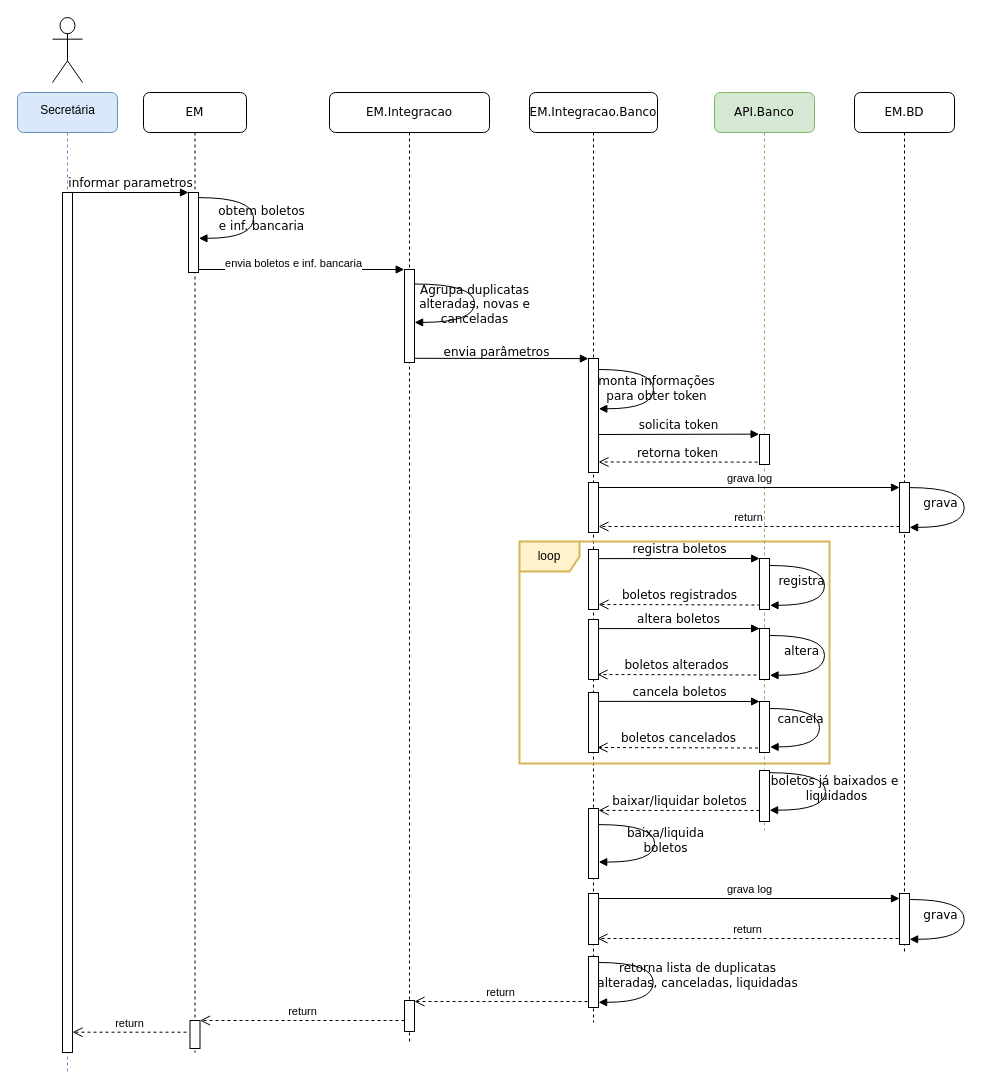
This is Diagrama sem nome.drawio from Joao-Daniel-EM/Joao-Daniel-EM, a draw.io file, before an edit. Source tidied: cells renumbered, new cells numbered last; positions are measured from the earlier drawing's top-left corner, leaving out a move shared by most shapes. Both pictures are drawn from the tidied source at 100%, with x=0, y=0 at pixel (17, 17).
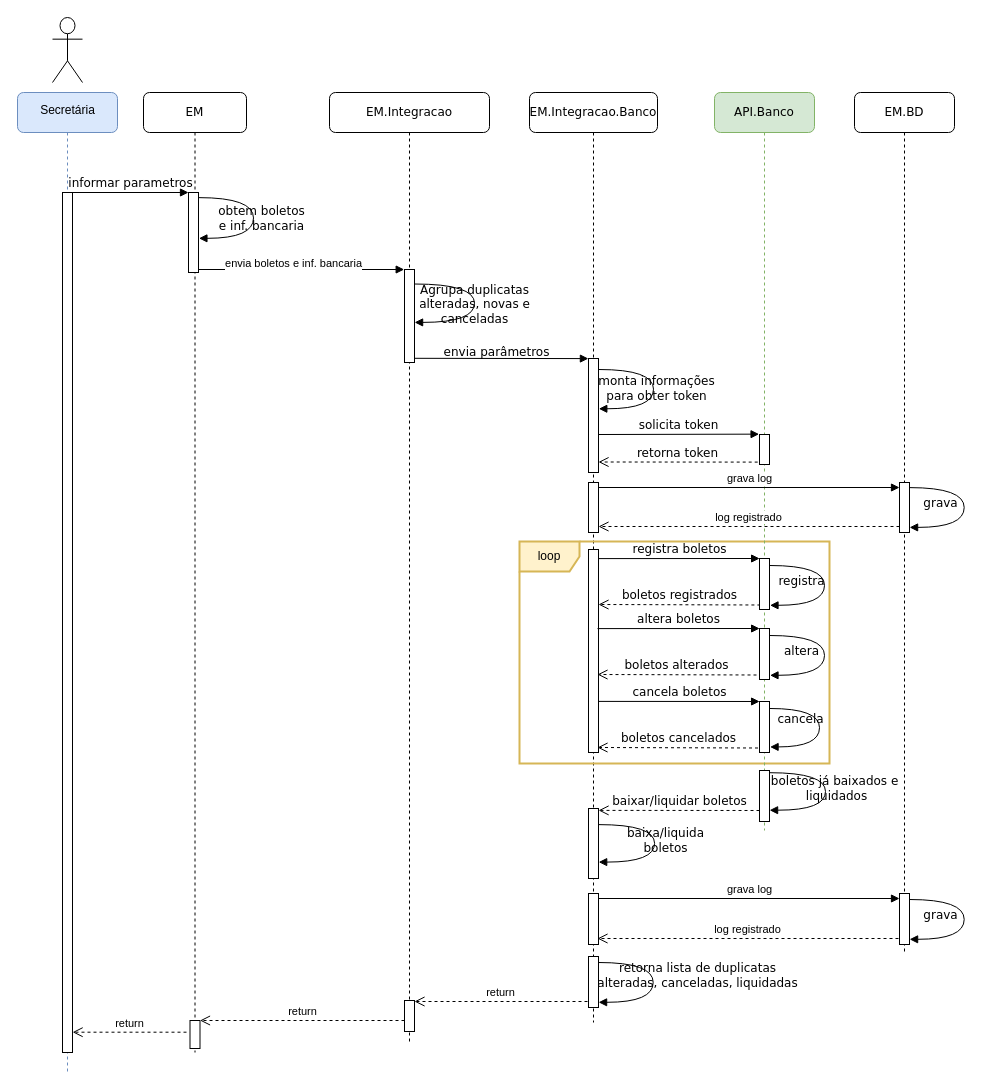
The same diagram, later.

Unchanged cells that the change refers to:
```xml
<mxCell id="2" value="EM.Integracao.Banco" style="shape=umlLifeline;perimeter=lifelinePerimeter;whiteSpace=wrap;html=1;rounded=1;shadow=0;comic=0;labelBackgroundColor=none;strokeWidth=1;fontFamily=Verdana;fontSize=12;align=center;" parent="1" vertex="1">
  <mxGeometry x="512" y="75" width="128" height="930" as="geometry" />
</mxCell>
<mxCell id="11" value="API.Banco" style="shape=umlLifeline;perimeter=lifelinePerimeter;whiteSpace=wrap;html=1;rounded=1;shadow=0;comic=0;labelBackgroundColor=none;strokeWidth=1;fontFamily=Verdana;fontSize=12;align=center;fillColor=#d5e8d4;strokeColor=#82b366;" parent="1" vertex="1">
  <mxGeometry x="697" y="75" width="100" height="738" as="geometry" />
</mxCell>
```

Change to the diagram source:
```diff
@@
     <mxCell id="3" style="html=1;perimeter=orthogonalPerimeter;rounded=0;shadow=0;comic=0;labelBackgroundColor=none;strokeColor=#000000;strokeWidth=1;fillColor=#FFFFFF;fontFamily=Verdana;fontSize=12;fontColor=#000000;align=center;" parent="2" vertex="1">
-      <mxGeometry x="59" y="457" width="10" height="60" as="geometry" />
+      <mxGeometry x="59" y="457" width="10" height="203" as="geometry" />
     </mxCell>
@@
-    <mxCell id="15" style="html=1;perimeter=orthogonalPerimeter;rounded=0;shadow=0;comic=0;labelBackgroundColor=none;strokeColor=#000000;strokeWidth=1;fillColor=#FFFFFF;fontFamily=Verdana;fontSize=12;fontColor=#000000;align=center;" parent="11" vertex="1">
-      <mxGeometry x="-126" y="527" width="10" height="60" as="geometry" />
-    </mxCell>
@@
-    <mxCell id="43" style="html=1;points=[];perimeter=orthogonalPerimeter;rounded=0;shadow=0;comic=0;labelBackgroundColor=none;strokeColor=#000000;strokeWidth=1;fillColor=#FFFFFF;fontFamily=Verdana;fontSize=12;fontColor=#000000;align=center;" parent="1" vertex="1">
-      <mxGeometry x="571" y="675" width="10" height="60" as="geometry" />
-    </mxCell>
@@
-    <mxCell id="46" value="cancela boletos" style="html=1;verticalAlign=bottom;endArrow=block;entryX=0.012;entryY=-0.001;labelBackgroundColor=none;fontFamily=Verdana;fontSize=12;edgeStyle=elbowEdgeStyle;elbow=vertical;entryDx=0;entryDy=0;entryPerimeter=0;exitX=0.985;exitY=0.148;exitDx=0;exitDy=0;exitPerimeter=0;" parent="1" edge="1" source="43">
+    <mxCell id="46" value="cancela boletos" style="html=1;verticalAlign=bottom;endArrow=block;entryX=0.012;entryY=-0.001;labelBackgroundColor=none;fontFamily=Verdana;fontSize=12;edgeStyle=elbowEdgeStyle;elbow=vertical;entryDx=0;entryDy=0;entryPerimeter=0;exitX=0.985;exitY=0.148;exitDx=0;exitDy=0;exitPerimeter=0;" parent="1" edge="1">
       <mxGeometry relative="1" as="geometry">
+        <mxPoint x="580.8" y="683.9" as="sourcePoint" />
         <mxPoint x="742.1" y="683.9" as="targetPoint" />
       </mxGeometry>
     </mxCell>
@@
-    <mxCell id="52" value="return" style="html=1;verticalAlign=bottom;endArrow=open;dashed=1;endSize=8;curved=0;rounded=0;exitX=0;exitY=1;exitDx=0;exitDy=-5;entryX=1;entryY=1;entryDx=0;entryDy=-5;entryPerimeter=0;" parent="1" edge="1">
+    <mxCell id="52" value="log registrado" style="html=1;verticalAlign=bottom;endArrow=open;dashed=1;endSize=8;curved=0;rounded=0;exitX=0;exitY=1;exitDx=0;exitDy=-5;entryX=1;entryY=1;entryDx=0;entryDy=-5;entryPerimeter=0;" parent="1" edge="1">
       <mxGeometry relative="1" as="geometry">
         <mxPoint x="881" y="921" as="sourcePoint" />
         <mxPoint x="580" y="921" as="targetPoint" />
       </mxGeometry>
     </mxCell>
@@
-    <mxCell id="54" value="return" style="html=1;verticalAlign=bottom;endArrow=open;dashed=1;endSize=8;curved=0;rounded=0;exitX=0;exitY=1;exitDx=0;exitDy=-5;" parent="1" edge="1">
+    <mxCell id="54" value="log registrado" style="html=1;verticalAlign=bottom;endArrow=open;dashed=1;endSize=8;curved=0;rounded=0;exitX=0;exitY=1;exitDx=0;exitDy=-5;" parent="1" edge="1">
       <mxGeometry relative="1" as="geometry">
         <mxPoint x="882" y="509" as="sourcePoint" />
         <mxPoint x="581" y="509" as="targetPoint" />
       </mxGeometry>
     </mxCell>
```
